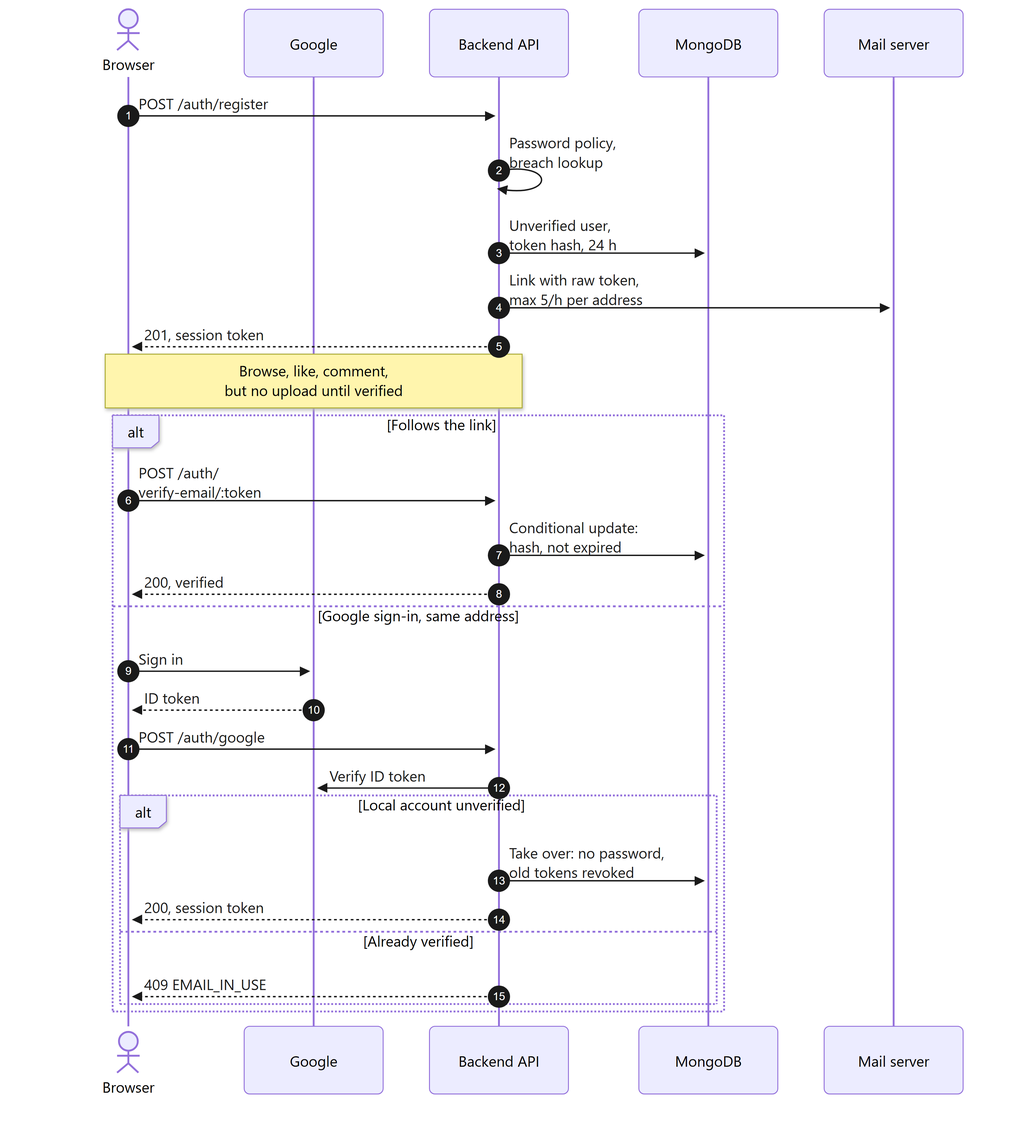
Above: docs/diagrams/18-verification-sequence.png in DinhQuocCuong28664/DACNTT_VideoStreaming (Mermaid), before the change. Its source is kept beside it as docs/diagrams/src/18-verification-sequence.mmd. Source of this version:
```mermaid
sequenceDiagram
    autonumber
    actor User as Browser
    participant Google as Google
    participant API as Backend API
    participant DB as MongoDB
    participant Mail as Mail server

    User->>API: POST /auth/register
    API->>API: Password policy,<br/>breach lookup
    API->>DB: Unverified user,<br/>token hash, 24 h
    API->>Mail: Link with raw token,<br/>max 5/h per address
    API-->>User: 201, session token
    Note over User,API: Browse, like, comment,<br/>but no upload until verified

    alt Follows the link
        User->>API: POST /auth/<br/>verify-email/:token
        API->>DB: Conditional update:<br/>hash, not expired
        API-->>User: 200, verified
    else Google sign-in, same address
        User->>Google: Sign in
        Google-->>User: ID token
        User->>API: POST /auth/google
        API->>Google: Verify ID token
        alt Local account unverified
            API->>DB: Take over: no password,<br/>old tokens revoked
            API-->>User: 200, session token
        else Already verified
            API-->>User: 409 EMAIL_IN_USE
        end
    end
```
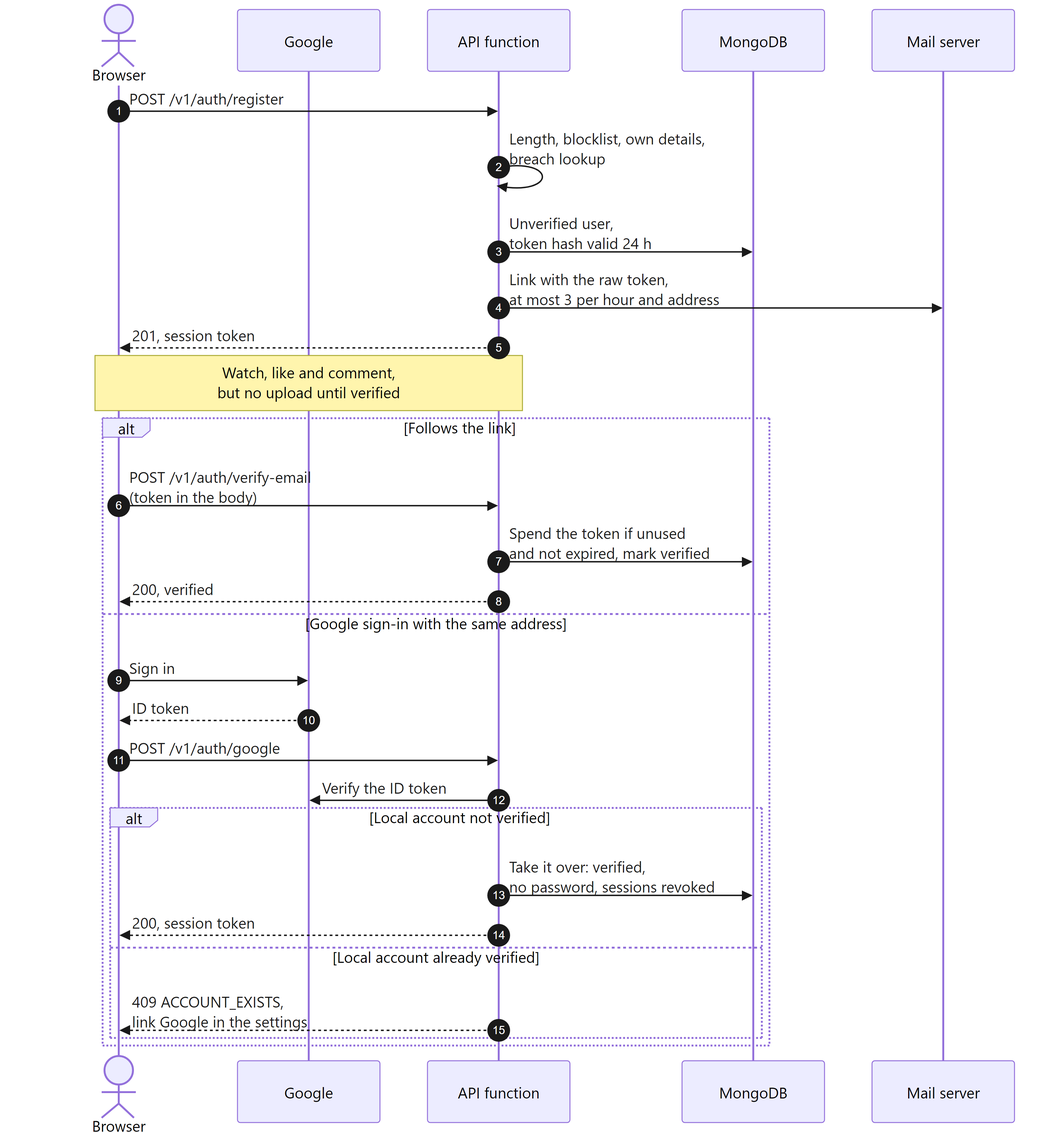
After the commit.

The edit, as a diff of the source:
```diff
@@ -2,30 +2,30 @@
     autonumber
     actor User as Browser
     participant Google as Google
-    participant API as Backend API
+    participant API as API function
     participant DB as MongoDB
     participant Mail as Mail server
 
-    User->>API: POST /auth/register
-    API->>API: Password policy,<br/>breach lookup
-    API->>DB: Unverified user,<br/>token hash, 24 h
-    API->>Mail: Link with raw token,<br/>max 5/h per address
+    User->>API: POST /v1/auth/register
+    API->>API: Length, blocklist, own details,<br/>breach lookup
+    API->>DB: Unverified user,<br/>token hash valid 24 h
+    API->>Mail: Link with the raw token,<br/>at most 3 per hour and address
     API-->>User: 201, session token
-    Note over User,API: Browse, like, comment,<br/>but no upload until verified
+    Note over User,API: Watch, like and comment,<br/>but no upload until verified
 
     alt Follows the link
-        User->>API: POST /auth/<br/>verify-email/:token
-        API->>DB: Conditional update:<br/>hash, not expired
+        User->>API: POST /v1/auth/verify-email<br/>(token in the body)
+        API->>DB: Spend the token if unused<br/>and not expired, mark verified
         API-->>User: 200, verified
-    else Google sign-in, same address
+    else Google sign-in with the same address
         User->>Google: Sign in
         Google-->>User: ID token
-        User->>API: POST /auth/google
-        API->>Google: Verify ID token
-        alt Local account unverified
-            API->>DB: Take over: no password,<br/>old tokens revoked
+        User->>API: POST /v1/auth/google
+        API->>Google: Verify the ID token
+        alt Local account not verified
+            API->>DB: Take it over: verified,<br/>no password, sessions revoked
             API-->>User: 200, session token
-        else Already verified
-            API-->>User: 409 EMAIL_IN_USE
+        else Local account already verified
+            API-->>User: 409 ACCOUNT_EXISTS,<br/>link Google in the settings
         end
     end
```
